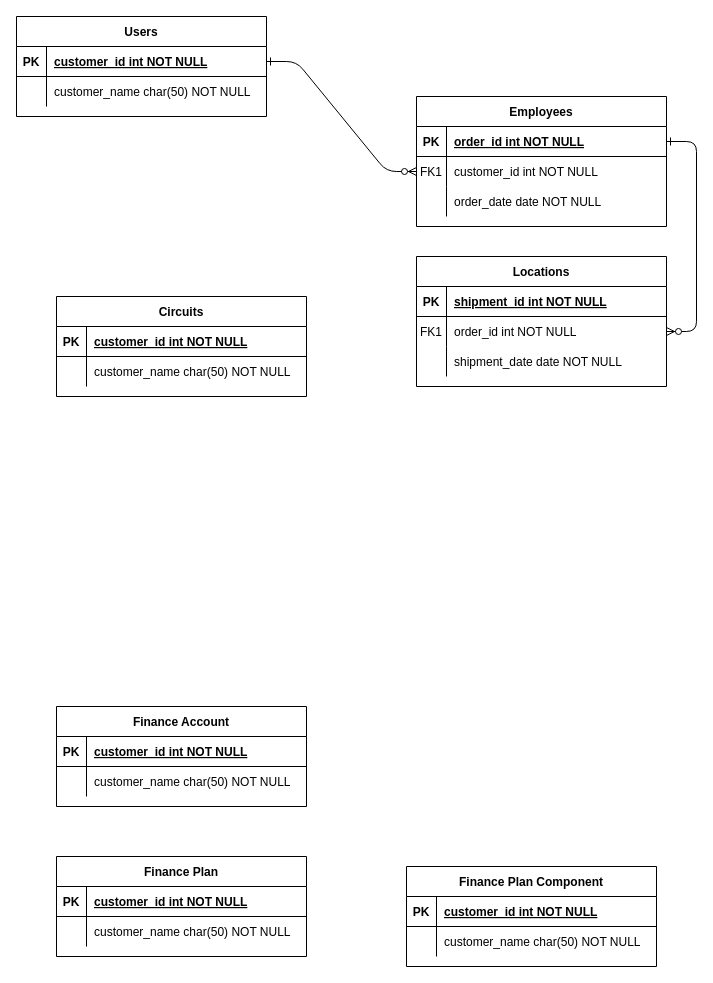
The draw.io diagram table-relationship.drawio in delatorrepsyche/Flowcharts, before the edit. Source tidied: cells renumbered, new cells numbered last; positions are measured from the earlier drawing's top-left corner, leaving out a move shared by most shapes. Both pictures are drawn from the tidied source at 100%, with x=0, y=0 at pixel (16, 16).
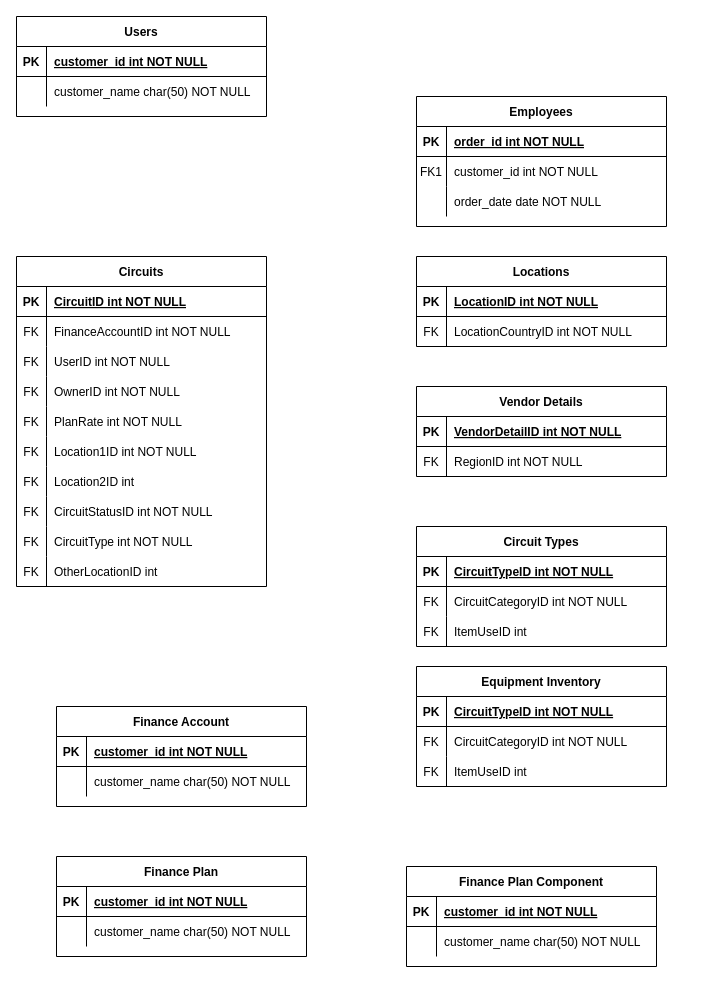
The same page after the edit.

Unchanged cells that the change refers to:
```xml
<mxCell id="5" style="shape=partialRectangle;fillColor=none;points=[[0,0.5],[1,0.5]];portConstraint=eastwest;top=0;left=0;right=0;bottom=1;" parent="4" vertex="1">
  <mxGeometry y="30" width="250" height="30" as="geometry" />
</mxCell>
<mxCell id="8" style="shape=partialRectangle;fillColor=none;points=[[0,0.5],[1,0.5]];portConstraint=eastwest;top=0;left=0;right=0;bottom=0;" parent="4" vertex="1">
  <mxGeometry y="60" width="250" height="30" as="geometry" />
</mxCell>
<mxCell id="15" style="shape=partialRectangle;fillColor=none;top=0;left=0;right=0;bottom=1;" parent="14" vertex="1">
  <mxGeometry y="30" width="250" height="30" as="geometry" />
</mxCell>
<mxCell id="18" style="shape=partialRectangle;fillColor=none;points=[[0,0.5],[1,0.5]];portConstraint=eastwest;top=0;left=0;right=0;bottom=0;" parent="14" vertex="1">
  <mxGeometry y="60" width="250" height="30" as="geometry" />
</mxCell>
<mxCell id="25" style="shape=partialRectangle;fillColor=none;points=[[0,0.5],[1,0.5]];portConstraint=eastwest;top=0;left=0;right=0;bottom=1;" parent="24" vertex="1">
  <mxGeometry y="30" width="250" height="30" as="geometry" />
</mxCell>
```

Diff of the diagram source:
```diff
@@
-    <mxCell id="2" style="edgeStyle=entityRelationEdgeStyle;endArrow=ERzeroToMany;startArrow=ERone;endFill=1;startFill=0;" parent="1" edge="1" source="25" target="8">
-      <mxGeometry relative="1" as="geometry" />
-    </mxCell>
-    <mxCell id="3" style="edgeStyle=entityRelationEdgeStyle;endArrow=ERzeroToMany;startArrow=ERone;endFill=1;startFill=0;" parent="1" edge="1" source="5" target="18">
-      <mxGeometry relative="1" as="geometry" />
-    </mxCell>
@@
     <mxCell id="14" value="Locations" style="shape=table;startSize=30;childLayout=tableLayout;rowLines=0;fontStyle=1;align=center;" parent="1" vertex="1">
-      <mxGeometry x="400" y="240" width="250" height="130" as="geometry" />
+      <mxGeometry x="400" y="240" width="250" height="90" as="geometry" />
     </mxCell>
@@
-    <mxCell id="17" value="shipment_id int NOT NULL " style="shape=partialRectangle;overflow=hidden;fillColor=none;top=0;left=0;bottom=0;right=0;align=left;spacingLeft=6;fontStyle=5;" parent="15" vertex="1">
+    <mxCell id="17" value="LocationID int NOT NULL " style="shape=partialRectangle;overflow=hidden;fillColor=none;top=0;left=0;bottom=0;right=0;align=left;spacingLeft=6;fontStyle=5;" parent="15" vertex="1">
       <mxGeometry x="30" width="220" height="30" as="geometry" />
     </mxCell>
@@
-    <mxCell id="19" value="FK1" style="shape=partialRectangle;overflow=hidden;fillColor=none;top=0;left=0;bottom=0;right=0;" parent="18" vertex="1">
+    <mxCell id="19" value="FK" style="shape=partialRectangle;overflow=hidden;fillColor=none;top=0;left=0;bottom=0;right=0;" parent="18" vertex="1">
       <mxGeometry width="30" height="30" as="geometry" />
     </mxCell>
-    <mxCell id="20" value="order_id int NOT NULL" style="shape=partialRectangle;overflow=hidden;fillColor=none;top=0;left=0;bottom=0;right=0;align=left;spacingLeft=6;" parent="18" vertex="1">
+    <mxCell id="20" value="LocationCountryID int NOT NULL" style="shape=partialRectangle;overflow=hidden;fillColor=none;top=0;left=0;bottom=0;right=0;align=left;spacingLeft=6;" parent="18" vertex="1">
       <mxGeometry x="30" width="220" height="30" as="geometry" />
     </mxCell>
-    <mxCell id="21" style="shape=partialRectangle;fillColor=none;top=0;left=0;right=0;bottom=0;" parent="14" vertex="1">
-      <mxGeometry y="90" width="250" height="30" as="geometry" />
-    </mxCell>
-    <mxCell id="22" style="shape=partialRectangle;overflow=hidden;fillColor=none;top=0;left=0;bottom=0;right=0;" parent="21" vertex="1">
-      <mxGeometry width="30" height="30" as="geometry" />
-    </mxCell>
-    <mxCell id="23" value="shipment_date date NOT NULL" style="shape=partialRectangle;overflow=hidden;fillColor=none;top=0;left=0;bottom=0;right=0;align=left;spacingLeft=6;" parent="21" vertex="1">
-      <mxGeometry x="30" width="220" height="30" as="geometry" />
-    </mxCell>
@@
-    <mxCell id="31" value="Circuits" style="shape=table;startSize=30;childLayout=tableLayout;rowLines=0;fontStyle=1;align=center;" parent="1" vertex="1">
-      <mxGeometry x="40" y="280" width="250" height="100" as="geometry" />
-    </mxCell>
-    <mxCell id="32" style="shape=partialRectangle;fillColor=none;top=0;left=0;right=0;bottom=1;" parent="31" vertex="1">
-      <mxGeometry y="30" width="250" height="30" as="geometry" />
-    </mxCell>
-    <mxCell id="33" value="PK" style="shape=partialRectangle;overflow=hidden;fillColor=none;top=0;left=0;bottom=0;right=0;fontStyle=1;" parent="32" vertex="1">
-      <mxGeometry width="30" height="30" as="geometry" />
-    </mxCell>
-    <mxCell id="34" value="customer_id int NOT NULL" style="shape=partialRectangle;overflow=hidden;fillColor=none;top=0;left=0;bottom=0;right=0;align=left;spacingLeft=6;fontStyle=5;" parent="32" vertex="1">
-      <mxGeometry x="30" width="220" height="30" as="geometry" />
-    </mxCell>
-    <mxCell id="35" style="shape=partialRectangle;fillColor=none;top=0;left=0;right=0;bottom=0;" parent="31" vertex="1">
-      <mxGeometry y="60" width="250" height="30" as="geometry" />
-    </mxCell>
-    <mxCell id="36" style="shape=partialRectangle;overflow=hidden;fillColor=none;top=0;left=0;bottom=0;right=0;" parent="35" vertex="1">
-      <mxGeometry width="30" height="30" as="geometry" />
-    </mxCell>
-    <mxCell id="37" value="customer_name char(50) NOT NULL" style="shape=partialRectangle;overflow=hidden;fillColor=none;top=0;left=0;bottom=0;right=0;align=left;spacingLeft=6;" parent="35" vertex="1">
-      <mxGeometry x="30" width="220" height="30" as="geometry" />
-    </mxCell>
@@
+    <mxCell id="31" value="Circuits" style="shape=table;startSize=30;childLayout=tableLayout;rowLines=0;fontStyle=1;align=center;" parent="1" vertex="1">
+      <mxGeometry y="240" width="250" height="330" as="geometry" />
+    </mxCell>
+    <mxCell id="32" style="shape=partialRectangle;fillColor=none;top=0;left=0;right=0;bottom=1;" parent="31" vertex="1">
+      <mxGeometry y="30" width="250" height="30" as="geometry" />
+    </mxCell>
+    <mxCell id="33" value="PK" style="shape=partialRectangle;overflow=hidden;fillColor=none;top=0;left=0;bottom=0;right=0;fontStyle=1;" parent="32" vertex="1">
+      <mxGeometry width="30" height="30" as="geometry" />
+    </mxCell>
+    <mxCell id="34" value="CircuitID int NOT NULL" style="shape=partialRectangle;overflow=hidden;fillColor=none;top=0;left=0;bottom=0;right=0;align=left;spacingLeft=6;fontStyle=5;" parent="32" vertex="1">
+      <mxGeometry x="30" width="220" height="30" as="geometry" />
+    </mxCell>
+    <mxCell id="35" style="shape=partialRectangle;fillColor=none;top=0;left=0;right=0;bottom=0;" parent="31" vertex="1">
+      <mxGeometry y="60" width="250" height="30" as="geometry" />
+    </mxCell>
+    <mxCell id="36" value="FK" style="shape=partialRectangle;overflow=hidden;fillColor=none;top=0;left=0;bottom=0;right=0;" parent="35" vertex="1">
+      <mxGeometry width="30" height="30" as="geometry" />
+    </mxCell>
+    <mxCell id="37" value="FinanceAccountID int NOT NULL" style="shape=partialRectangle;overflow=hidden;fillColor=none;top=0;left=0;bottom=0;right=0;align=left;spacingLeft=6;" parent="35" vertex="1">
+      <mxGeometry x="30" width="220" height="30" as="geometry" />
+    </mxCell>
+    <mxCell id="59" style="shape=partialRectangle;fillColor=none;top=0;left=0;right=0;bottom=0;" parent="31" vertex="1">
+      <mxGeometry y="90" width="250" height="30" as="geometry" />
+    </mxCell>
+    <mxCell id="60" value="FK" style="shape=partialRectangle;overflow=hidden;fillColor=none;top=0;left=0;bottom=0;right=0;" parent="59" vertex="1">
+      <mxGeometry width="30" height="30" as="geometry" />
+    </mxCell>
+    <mxCell id="61" value="UserID int NOT NULL" style="shape=partialRectangle;overflow=hidden;fillColor=none;top=0;left=0;bottom=0;right=0;align=left;spacingLeft=6;" parent="59" vertex="1">
+      <mxGeometry x="30" width="220" height="30" as="geometry" />
+    </mxCell>
+    <mxCell id="62" style="shape=partialRectangle;fillColor=none;top=0;left=0;right=0;bottom=0;" parent="31" vertex="1">
+      <mxGeometry y="120" width="250" height="30" as="geometry" />
+    </mxCell>
+    <mxCell id="63" value="FK" style="shape=partialRectangle;overflow=hidden;fillColor=none;top=0;left=0;bottom=0;right=0;" parent="62" vertex="1">
+      <mxGeometry width="30" height="30" as="geometry" />
+    </mxCell>
+    <mxCell id="64" value="OwnerID int NOT NULL" style="shape=partialRectangle;overflow=hidden;fillColor=none;top=0;left=0;bottom=0;right=0;align=left;spacingLeft=6;" parent="62" vertex="1">
+      <mxGeometry x="30" width="220" height="30" as="geometry" />
+    </mxCell>
+    <mxCell id="65" style="shape=partialRectangle;fillColor=none;top=0;left=0;right=0;bottom=0;" parent="31" vertex="1">
+      <mxGeometry y="150" width="250" height="30" as="geometry" />
+    </mxCell>
+    <mxCell id="66" value="FK" style="shape=partialRectangle;overflow=hidden;fillColor=none;top=0;left=0;bottom=0;right=0;" parent="65" vertex="1">
+      <mxGeometry width="30" height="30" as="geometry" />
+    </mxCell>
+    <mxCell id="67" value="PlanRate int NOT NULL" style="shape=partialRectangle;overflow=hidden;fillColor=none;top=0;left=0;bottom=0;right=0;align=left;spacingLeft=6;" parent="65" vertex="1">
+      <mxGeometry x="30" width="220" height="30" as="geometry" />
+    </mxCell>
+    <mxCell id="68" style="shape=partialRectangle;fillColor=none;top=0;left=0;right=0;bottom=0;" parent="31" vertex="1">
+      <mxGeometry y="180" width="250" height="30" as="geometry" />
+    </mxCell>
+    <mxCell id="69" value="FK" style="shape=partialRectangle;overflow=hidden;fillColor=none;top=0;left=0;bottom=0;right=0;" parent="68" vertex="1">
+      <mxGeometry width="30" height="30" as="geometry" />
+    </mxCell>
+    <mxCell id="70" value="Location1ID int NOT NULL" style="shape=partialRectangle;overflow=hidden;fillColor=none;top=0;left=0;bottom=0;right=0;align=left;spacingLeft=6;" parent="68" vertex="1">
+      <mxGeometry x="30" width="220" height="30" as="geometry" />
+    </mxCell>
+    <mxCell id="71" style="shape=partialRectangle;fillColor=none;top=0;left=0;right=0;bottom=0;" parent="31" vertex="1">
+      <mxGeometry y="210" width="250" height="30" as="geometry" />
+    </mxCell>
+    <mxCell id="72" value="FK" style="shape=partialRectangle;overflow=hidden;fillColor=none;top=0;left=0;bottom=0;right=0;" parent="71" vertex="1">
+      <mxGeometry width="30" height="30" as="geometry" />
+    </mxCell>
+    <mxCell id="73" value="Location2ID int" style="shape=partialRectangle;overflow=hidden;fillColor=none;top=0;left=0;bottom=0;right=0;align=left;spacingLeft=6;" parent="71" vertex="1">
+      <mxGeometry x="30" width="220" height="30" as="geometry" />
+    </mxCell>
+    <mxCell id="74" style="shape=partialRectangle;fillColor=none;top=0;left=0;right=0;bottom=0;" parent="31" vertex="1">
+      <mxGeometry y="240" width="250" height="30" as="geometry" />
+    </mxCell>
+    <mxCell id="75" value="FK" style="shape=partialRectangle;overflow=hidden;fillColor=none;top=0;left=0;bottom=0;right=0;" parent="74" vertex="1">
+      <mxGeometry width="30" height="30" as="geometry" />
+    </mxCell>
+    <mxCell id="76" value="CircuitStatusID int NOT NULL" style="shape=partialRectangle;overflow=hidden;fillColor=none;top=0;left=0;bottom=0;right=0;align=left;spacingLeft=6;" parent="74" vertex="1">
+      <mxGeometry x="30" width="220" height="30" as="geometry" />
+    </mxCell>
+    <mxCell id="77" style="shape=partialRectangle;fillColor=none;top=0;left=0;right=0;bottom=0;" parent="31" vertex="1">
+      <mxGeometry y="270" width="250" height="30" as="geometry" />
+    </mxCell>
+    <mxCell id="78" value="FK" style="shape=partialRectangle;overflow=hidden;fillColor=none;top=0;left=0;bottom=0;right=0;" parent="77" vertex="1">
+      <mxGeometry width="30" height="30" as="geometry" />
+    </mxCell>
+    <mxCell id="79" value="CircuitType int NOT NULL" style="shape=partialRectangle;overflow=hidden;fillColor=none;top=0;left=0;bottom=0;right=0;align=left;spacingLeft=6;" parent="77" vertex="1">
+      <mxGeometry x="30" width="220" height="30" as="geometry" />
+    </mxCell>
+    <mxCell id="80" style="shape=partialRectangle;fillColor=none;top=0;left=0;right=0;bottom=0;" parent="31" vertex="1">
+      <mxGeometry y="300" width="250" height="30" as="geometry" />
+    </mxCell>
+    <mxCell id="81" value="FK" style="shape=partialRectangle;overflow=hidden;fillColor=none;top=0;left=0;bottom=0;right=0;" parent="80" vertex="1">
+      <mxGeometry width="30" height="30" as="geometry" />
+    </mxCell>
+    <mxCell id="82" value="OtherLocationID int" style="shape=partialRectangle;overflow=hidden;fillColor=none;top=0;left=0;bottom=0;right=0;align=left;spacingLeft=6;" parent="80" vertex="1">
+      <mxGeometry x="30" width="220" height="30" as="geometry" />
+    </mxCell>
+    <mxCell id="83" value="Vendor Details" style="shape=table;startSize=30;childLayout=tableLayout;rowLines=0;fontStyle=1;align=center;" parent="1" vertex="1">
+      <mxGeometry x="400" y="370" width="250" height="90" as="geometry" />
+    </mxCell>
+    <mxCell id="84" style="shape=partialRectangle;fillColor=none;top=0;left=0;right=0;bottom=1;" parent="83" vertex="1">
+      <mxGeometry y="30" width="250" height="30" as="geometry" />
+    </mxCell>
+    <mxCell id="85" value="PK" style="shape=partialRectangle;overflow=hidden;fillColor=none;top=0;left=0;bottom=0;right=0;fontStyle=1;" parent="84" vertex="1">
+      <mxGeometry width="30" height="30" as="geometry" />
+    </mxCell>
+    <mxCell id="86" value="VendorDetailID int NOT NULL " style="shape=partialRectangle;overflow=hidden;fillColor=none;top=0;left=0;bottom=0;right=0;align=left;spacingLeft=6;fontStyle=5;" parent="84" vertex="1">
+      <mxGeometry x="30" width="220" height="30" as="geometry" />
+    </mxCell>
+    <mxCell id="87" style="shape=partialRectangle;fillColor=none;top=0;left=0;right=0;bottom=0;" parent="83" vertex="1">
+      <mxGeometry y="60" width="250" height="30" as="geometry" />
+    </mxCell>
+    <mxCell id="88" value="FK" style="shape=partialRectangle;overflow=hidden;fillColor=none;top=0;left=0;bottom=0;right=0;" parent="87" vertex="1">
+      <mxGeometry width="30" height="30" as="geometry" />
+    </mxCell>
+    <mxCell id="89" value="RegionID int NOT NULL" style="shape=partialRectangle;overflow=hidden;fillColor=none;top=0;left=0;bottom=0;right=0;align=left;spacingLeft=6;" parent="87" vertex="1">
+      <mxGeometry x="30" width="220" height="30" as="geometry" />
+    </mxCell>
+    <mxCell id="90" value="Circuit Types" style="shape=table;startSize=30;childLayout=tableLayout;rowLines=0;fontStyle=1;align=center;" parent="1" vertex="1">
+      <mxGeometry x="400" y="510" width="250" height="120" as="geometry" />
+    </mxCell>
+    <mxCell id="91" style="shape=partialRectangle;fillColor=none;top=0;left=0;right=0;bottom=1;" parent="90" vertex="1">
+      <mxGeometry y="30" width="250" height="30" as="geometry" />
+    </mxCell>
+    <mxCell id="92" value="PK" style="shape=partialRectangle;overflow=hidden;fillColor=none;top=0;left=0;bottom=0;right=0;fontStyle=1;" parent="91" vertex="1">
+      <mxGeometry width="30" height="30" as="geometry" />
+    </mxCell>
+    <mxCell id="93" value="CircuitTypeID int NOT NULL " style="shape=partialRectangle;overflow=hidden;fillColor=none;top=0;left=0;bottom=0;right=0;align=left;spacingLeft=6;fontStyle=5;" parent="91" vertex="1">
+      <mxGeometry x="30" width="220" height="30" as="geometry" />
+    </mxCell>
+    <mxCell id="94" style="shape=partialRectangle;fillColor=none;top=0;left=0;right=0;bottom=0;" parent="90" vertex="1">
+      <mxGeometry y="60" width="250" height="30" as="geometry" />
+    </mxCell>
+    <mxCell id="95" value="FK" style="shape=partialRectangle;overflow=hidden;fillColor=none;top=0;left=0;bottom=0;right=0;" parent="94" vertex="1">
+      <mxGeometry width="30" height="30" as="geometry" />
+    </mxCell>
+    <mxCell id="96" value="CircuitCategoryID int NOT NULL" style="shape=partialRectangle;overflow=hidden;fillColor=none;top=0;left=0;bottom=0;right=0;align=left;spacingLeft=6;" parent="94" vertex="1">
+      <mxGeometry x="30" width="220" height="30" as="geometry" />
+    </mxCell>
+    <mxCell id="97" style="shape=partialRectangle;fillColor=none;top=0;left=0;right=0;bottom=0;" parent="90" vertex="1">
+      <mxGeometry y="90" width="250" height="30" as="geometry" />
+    </mxCell>
+    <mxCell id="98" value="FK" style="shape=partialRectangle;overflow=hidden;fillColor=none;top=0;left=0;bottom=0;right=0;" parent="97" vertex="1">
+      <mxGeometry width="30" height="30" as="geometry" />
+    </mxCell>
+    <mxCell id="99" value="ItemUseID int" style="shape=partialRectangle;overflow=hidden;fillColor=none;top=0;left=0;bottom=0;right=0;align=left;spacingLeft=6;" parent="97" vertex="1">
+      <mxGeometry x="30" width="220" height="30" as="geometry" />
+    </mxCell>
+    <mxCell id="100" value="Equipment Inventory" style="shape=table;startSize=30;childLayout=tableLayout;rowLines=0;fontStyle=1;align=center;" parent="1" vertex="1">
+      <mxGeometry x="400" y="650" width="250" height="120" as="geometry" />
+    </mxCell>
+    <mxCell id="101" style="shape=partialRectangle;fillColor=none;top=0;left=0;right=0;bottom=1;" parent="100" vertex="1">
+      <mxGeometry y="30" width="250" height="30" as="geometry" />
+    </mxCell>
+    <mxCell id="102" value="PK" style="shape=partialRectangle;overflow=hidden;fillColor=none;top=0;left=0;bottom=0;right=0;fontStyle=1;" parent="101" vertex="1">
+      <mxGeometry width="30" height="30" as="geometry" />
+    </mxCell>
+    <mxCell id="103" value="CircuitTypeID int NOT NULL " style="shape=partialRectangle;overflow=hidden;fillColor=none;top=0;left=0;bottom=0;right=0;align=left;spacingLeft=6;fontStyle=5;" parent="101" vertex="1">
+      <mxGeometry x="30" width="220" height="30" as="geometry" />
+    </mxCell>
+    <mxCell id="104" style="shape=partialRectangle;fillColor=none;top=0;left=0;right=0;bottom=0;" parent="100" vertex="1">
+      <mxGeometry y="60" width="250" height="30" as="geometry" />
+    </mxCell>
+    <mxCell id="105" value="FK" style="shape=partialRectangle;overflow=hidden;fillColor=none;top=0;left=0;bottom=0;right=0;" parent="104" vertex="1">
+      <mxGeometry width="30" height="30" as="geometry" />
+    </mxCell>
+    <mxCell id="106" value="CircuitCategoryID int NOT NULL" style="shape=partialRectangle;overflow=hidden;fillColor=none;top=0;left=0;bottom=0;right=0;align=left;spacingLeft=6;" parent="104" vertex="1">
+      <mxGeometry x="30" width="220" height="30" as="geometry" />
+    </mxCell>
+    <mxCell id="107" style="shape=partialRectangle;fillColor=none;top=0;left=0;right=0;bottom=0;" parent="100" vertex="1">
+      <mxGeometry y="90" width="250" height="30" as="geometry" />
+    </mxCell>
+    <mxCell id="108" value="FK" style="shape=partialRectangle;overflow=hidden;fillColor=none;top=0;left=0;bottom=0;right=0;" parent="107" vertex="1">
+      <mxGeometry width="30" height="30" as="geometry" />
+    </mxCell>
+    <mxCell id="109" value="ItemUseID int" style="shape=partialRectangle;overflow=hidden;fillColor=none;top=0;left=0;bottom=0;right=0;align=left;spacingLeft=6;" parent="107" vertex="1">
+      <mxGeometry x="30" width="220" height="30" as="geometry" />
+    </mxCell>
```
